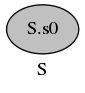
Before: src/out_graph/down_graph_6.dot.png, a diagram exported from Graphviz (gerakilmurray/genevalmag). Its source is kept beside it as src/out_graph/down_graph_6.dot. Its diagram source:
```dot
digraph G {
graph [
label="S", rankdir="LR", ratio="compress"];
node [
color="black", fillcolor="gray", shape="ellipse", style="filled"];
0[label="S.s0"];
}
```
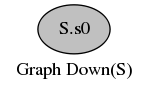
The same diagram one commit later.

The edit, as a diff of the source:
```diff
@@ -1,6 +1,6 @@
 digraph G {
 graph [
-label="S", rankdir="LR", ratio="compress"];
+label="Graph Down(S)", rankdir="LR", ratio="compress"];
 node [
 color="black", fillcolor="gray", shape="ellipse", style="filled"];
 0[label="S.s0"];
```
